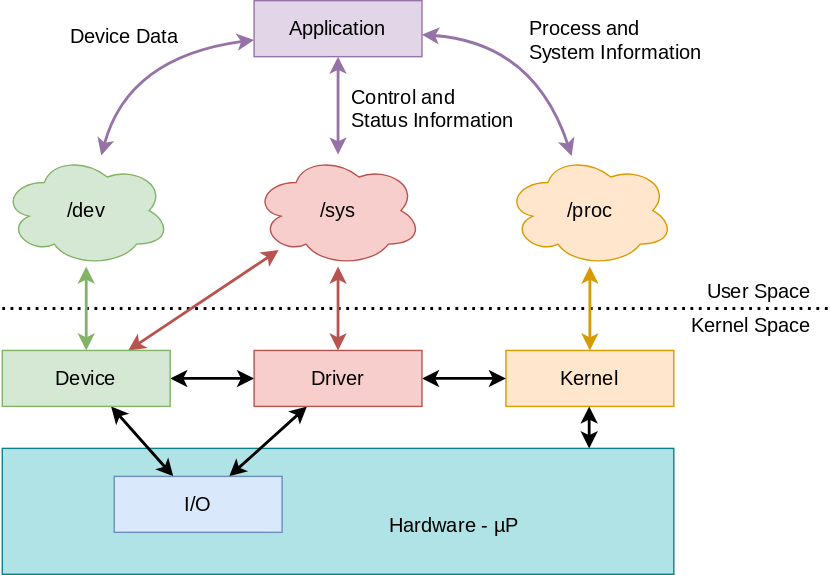
mse-csel/website keeps this draw.io diagram as docs/lecture/programmation-systeme/fichiers/img/everything-is-a-file.drawio.svg. Above is the earlier version. Source tidied: cells renumbered, new cells last; positions are measured from the earlier drawing's top-left corner, leaving out a move shared by most shapes. The source it was exported from:
```xml
<mxGraphModel>
  <root>
    <mxCell id="0" />
    <mxCell id="1" parent="0" />
    <mxCell id="2" style="rounded=0;whiteSpace=wrap;html=1;fontFamily=Roboto;fontSource=https%3A%2F%2Ffonts.googleapis.com%2Fcss%3Ffamily%3DRoboto;fontSize=14;fillColor=#b0e3e6;strokeColor=#0e8088;" parent="1" vertex="1">
      <mxGeometry y="320" width="480" height="90" as="geometry" />
    </mxCell>
    <mxCell id="3" style="endArrow=none;dashed=1;html=1;strokeWidth=2;fontFamily=Roboto;fontSource=https%3A%2F%2Ffonts.googleapis.com%2Fcss%3Ffamily%3DRoboto;fontSize=14;curved=1;dashPattern=1 2;" parent="1" edge="1">
      <mxGeometry relative="1" as="geometry">
        <mxPoint y="220" as="sourcePoint" />
        <mxPoint x="590" y="220" as="targetPoint" />
      </mxGeometry>
    </mxCell>
    <mxCell id="4" style="edgeStyle=none;html=1;fontFamily=Roboto;fontSource=https%3A%2F%2Ffonts.googleapis.com%2Fcss%3Ffamily%3DRoboto;fontSize=14;startArrow=classic;startFill=1;strokeWidth=2;fillColor=#e1d5e7;strokeColor=#9673a6;curved=1;" parent="1" edge="1" source="10" target="12">
      <mxGeometry relative="1" as="geometry">
        <Array as="points">
          <mxPoint x="90" y="40" />
        </Array>
      </mxGeometry>
    </mxCell>
    <mxCell id="5" value="Device Data" style="edgeLabel;html=1;align=right;verticalAlign=middle;fontSize=14;fontFamily=Roboto;" parent="4" vertex="1">
      <mxGeometry x="0.03" y="-1" relative="1" as="geometry">
        <mxPoint x="29" y="-13" as="offset" />
      </mxGeometry>
    </mxCell>
    <mxCell id="6" style="edgeStyle=none;html=1;fontFamily=Roboto;fontSource=https%3A%2F%2Ffonts.googleapis.com%2Fcss%3Ffamily%3DRoboto;fontSize=14;startArrow=classic;startFill=1;strokeWidth=2;fillColor=#e1d5e7;strokeColor=#9673a6;" parent="1" edge="1" source="10" target="17">
      <mxGeometry relative="1" as="geometry" />
    </mxCell>
    <mxCell id="7" value="Control and&lt;br&gt;Status Information" style="edgeLabel;html=1;align=left;verticalAlign=middle;fontSize=14;fontFamily=Roboto;" parent="6" vertex="1">
      <mxGeometry x="-0.09" y="-4" relative="1" as="geometry">
        <mxPoint x="12" y="4" as="offset" />
      </mxGeometry>
    </mxCell>
    <mxCell id="8" style="edgeStyle=none;html=1;fontFamily=Roboto;fontSource=https%3A%2F%2Ffonts.googleapis.com%2Fcss%3Ffamily%3DRoboto;fontSize=14;startArrow=classic;startFill=1;strokeWidth=2;fillColor=#e1d5e7;strokeColor=#9673a6;curved=1;" parent="1" edge="1" source="10" target="14">
      <mxGeometry relative="1" as="geometry">
        <Array as="points">
          <mxPoint x="380" y="30" />
        </Array>
      </mxGeometry>
    </mxCell>
    <mxCell id="9" value="Process and&lt;br&gt;&lt;div style=&quot;&quot;&gt;System Information&lt;/div&gt;" style="edgeLabel;html=1;align=left;verticalAlign=middle;fontSize=14;fontFamily=Roboto;" parent="8" vertex="1">
      <mxGeometry x="-0.08" y="-15" relative="1" as="geometry">
        <mxPoint y="-17" as="offset" />
      </mxGeometry>
    </mxCell>
    <mxCell id="10" value="&lt;font style=&quot;font-size: 14px;&quot; face=&quot;Roboto&quot;&gt;Application&lt;/font&gt;" style="rounded=0;whiteSpace=wrap;html=1;fillColor=#e1d5e7;strokeColor=#9673a6;" parent="1" vertex="1">
      <mxGeometry x="180" width="120" height="40" as="geometry" />
    </mxCell>
    <mxCell id="11" style="edgeStyle=none;html=1;fontFamily=Roboto;fontSource=https%3A%2F%2Ffonts.googleapis.com%2Fcss%3Ffamily%3DRoboto;fontSize=14;startArrow=classic;startFill=1;strokeWidth=2;fillColor=#d5e8d4;strokeColor=#82b366;" parent="1" edge="1" source="12" target="20">
      <mxGeometry relative="1" as="geometry" />
    </mxCell>
    <mxCell id="12" value="/dev" style="ellipse;shape=cloud;whiteSpace=wrap;html=1;fontFamily=Roboto;fontSource=https%3A%2F%2Ffonts.googleapis.com%2Fcss%3Ffamily%3DRoboto;fontSize=14;fillColor=#d5e8d4;strokeColor=#82b366;" parent="1" vertex="1">
      <mxGeometry y="110" width="120" height="80" as="geometry" />
    </mxCell>
    <mxCell id="13" style="edgeStyle=none;html=1;fontFamily=Roboto;fontSource=https%3A%2F%2Ffonts.googleapis.com%2Fcss%3Ffamily%3DRoboto;fontSize=14;startArrow=classic;startFill=1;strokeWidth=2;fillColor=#ffe6cc;strokeColor=#d79b00;" parent="1" edge="1" source="14" target="21">
      <mxGeometry relative="1" as="geometry" />
    </mxCell>
    <mxCell id="14" value="/proc" style="ellipse;shape=cloud;whiteSpace=wrap;html=1;fontFamily=Roboto;fontSource=https%3A%2F%2Ffonts.googleapis.com%2Fcss%3Ffamily%3DRoboto;fontSize=14;fillColor=#ffe6cc;strokeColor=#d79b00;" parent="1" vertex="1">
      <mxGeometry x="360" y="110" width="120" height="80" as="geometry" />
    </mxCell>
    <mxCell id="15" style="edgeStyle=none;html=1;fontFamily=Roboto;fontSource=https%3A%2F%2Ffonts.googleapis.com%2Fcss%3Ffamily%3DRoboto;fontSize=14;startArrow=classic;startFill=1;strokeWidth=2;fillColor=#f8cecc;strokeColor=#b85450;" parent="1" edge="1" source="17" target="24">
      <mxGeometry relative="1" as="geometry" />
    </mxCell>
    <mxCell id="16" style="edgeStyle=none;html=1;fontFamily=Roboto;fontSource=https%3A%2F%2Ffonts.googleapis.com%2Fcss%3Ffamily%3DRoboto;fontSize=14;startArrow=classic;startFill=1;strokeWidth=2;fillColor=#f8cecc;strokeColor=#b85450;" parent="1" edge="1" source="17" target="20">
      <mxGeometry relative="1" as="geometry" />
    </mxCell>
    <mxCell id="17" value="/sys" style="ellipse;shape=cloud;whiteSpace=wrap;html=1;fontFamily=Roboto;fontSource=https%3A%2F%2Ffonts.googleapis.com%2Fcss%3Ffamily%3DRoboto;fontSize=14;fillColor=#f8cecc;strokeColor=#b85450;" parent="1" vertex="1">
      <mxGeometry x="180" y="110" width="120" height="80" as="geometry" />
    </mxCell>
    <mxCell id="18" style="edgeStyle=none;html=1;fontFamily=Roboto;fontSource=https%3A%2F%2Ffonts.googleapis.com%2Fcss%3Ffamily%3DRoboto;fontSize=14;startArrow=classic;startFill=1;strokeWidth=2;" parent="1" edge="1" source="20" target="25">
      <mxGeometry relative="1" as="geometry" />
    </mxCell>
    <mxCell id="19" style="edgeStyle=none;html=1;strokeWidth=2;fontFamily=Roboto;fontSource=https%3A%2F%2Ffonts.googleapis.com%2Fcss%3Ffamily%3DRoboto;fontSize=14;startArrow=classic;startFill=1;" parent="1" edge="1" source="20" target="24">
      <mxGeometry relative="1" as="geometry" />
    </mxCell>
    <mxCell id="20" value="Device" style="rounded=0;whiteSpace=wrap;html=1;fontFamily=Roboto;fontSource=https%3A%2F%2Ffonts.googleapis.com%2Fcss%3Ffamily%3DRoboto;fontSize=14;fillColor=#d5e8d4;strokeColor=#82b366;" parent="1" vertex="1">
      <mxGeometry y="250" width="120" height="40" as="geometry" />
    </mxCell>
    <mxCell id="21" value="Kernel" style="rounded=0;whiteSpace=wrap;html=1;fontFamily=Roboto;fontSource=https%3A%2F%2Ffonts.googleapis.com%2Fcss%3Ffamily%3DRoboto;fontSize=14;fillColor=#ffe6cc;strokeColor=#d79b00;" parent="1" vertex="1">
      <mxGeometry x="360" y="250" width="120" height="40" as="geometry" />
    </mxCell>
    <mxCell id="22" style="edgeStyle=none;html=1;fontFamily=Roboto;fontSource=https%3A%2F%2Ffonts.googleapis.com%2Fcss%3Ffamily%3DRoboto;fontSize=14;startArrow=classic;startFill=1;strokeWidth=2;" parent="1" edge="1" source="24" target="25">
      <mxGeometry relative="1" as="geometry" />
    </mxCell>
    <mxCell id="23" style="edgeStyle=none;html=1;strokeWidth=2;fontFamily=Roboto;fontSource=https%3A%2F%2Ffonts.googleapis.com%2Fcss%3Ffamily%3DRoboto;fontSize=14;startArrow=classic;startFill=1;" parent="1" edge="1" source="24" target="21">
      <mxGeometry relative="1" as="geometry" />
    </mxCell>
    <mxCell id="24" value="Driver" style="rounded=0;whiteSpace=wrap;html=1;fontFamily=Roboto;fontSource=https%3A%2F%2Ffonts.googleapis.com%2Fcss%3Ffamily%3DRoboto;fontSize=14;fillColor=#f8cecc;strokeColor=#b85450;" parent="1" vertex="1">
      <mxGeometry x="180" y="250" width="120" height="40" as="geometry" />
    </mxCell>
    <mxCell id="25" value="I/O" style="rounded=0;whiteSpace=wrap;html=1;fontFamily=Roboto;fontSource=https%3A%2F%2Ffonts.googleapis.com%2Fcss%3Ffamily%3DRoboto;fontSize=14;fillColor=#dae8fc;strokeColor=#6c8ebf;" parent="1" vertex="1">
      <mxGeometry x="80" y="340" width="120" height="40" as="geometry" />
    </mxCell>
    <mxCell id="26" value="User Space" style="text;html=1;strokeColor=none;fillColor=none;align=right;verticalAlign=middle;whiteSpace=wrap;rounded=0;fontFamily=Roboto;fontSource=https%3A%2F%2Ffonts.googleapis.com%2Fcss%3Ffamily%3DRoboto;fontSize=14;" parent="1" vertex="1">
      <mxGeometry x="470" y="198" width="110" height="20" as="geometry" />
    </mxCell>
    <mxCell id="27" value="Kernel Space" style="text;html=1;strokeColor=none;fillColor=none;align=right;verticalAlign=middle;whiteSpace=wrap;rounded=0;fontFamily=Roboto;fontSource=https%3A%2F%2Ffonts.googleapis.com%2Fcss%3Ffamily%3DRoboto;fontSize=14;" parent="1" vertex="1">
      <mxGeometry x="470" y="222" width="110" height="20" as="geometry" />
    </mxCell>
    <mxCell id="28" value="Hardware - µP" style="text;html=1;strokeColor=none;fillColor=none;align=center;verticalAlign=middle;whiteSpace=wrap;rounded=0;fontFamily=Roboto;fontSource=https%3A%2F%2Ffonts.googleapis.com%2Fcss%3Ffamily%3DRoboto;fontSize=14;" parent="1" vertex="1">
      <mxGeometry x="250" y="360" width="146" height="30" as="geometry" />
    </mxCell>
    <mxCell id="29" style="endArrow=classic;startArrow=classic;html=1;strokeWidth=2;" parent="1" edge="1">
      <mxGeometry relative="1" as="geometry">
        <mxPoint x="419.5" y="320" as="sourcePoint" />
        <mxPoint x="419.5" y="290" as="targetPoint" />
      </mxGeometry>
    </mxCell>
  </root>
</mxGraphModel>
```
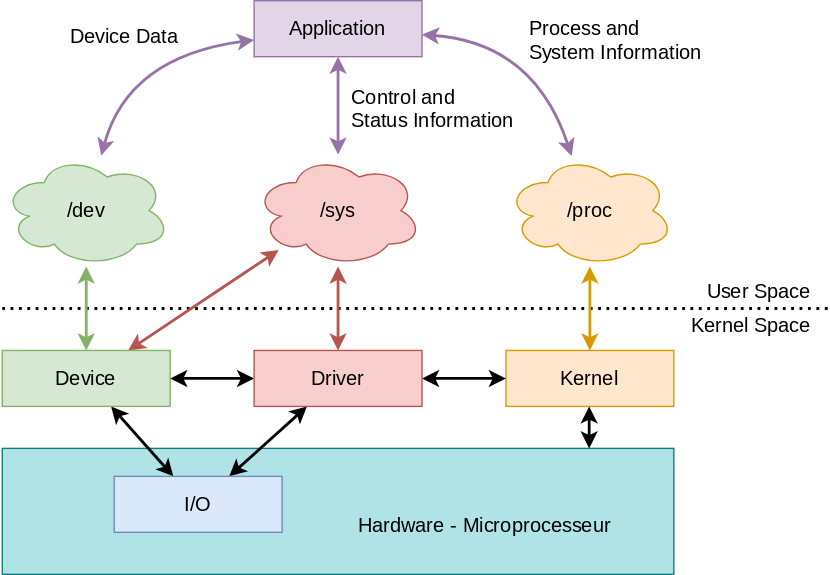
After the commit.

Diff of the diagram source:
```diff
@@ -97,8 +97,8 @@
     <mxCell id="27" value="Kernel Space" style="text;html=1;strokeColor=none;fillColor=none;align=right;verticalAlign=middle;whiteSpace=wrap;rounded=0;fontFamily=Roboto;fontSource=https%3A%2F%2Ffonts.googleapis.com%2Fcss%3Ffamily%3DRoboto;fontSize=14;" parent="1" vertex="1">
       <mxGeometry x="470" y="222" width="110" height="20" as="geometry" />
     </mxCell>
-    <mxCell id="28" value="Hardware - µP" style="text;html=1;strokeColor=none;fillColor=none;align=center;verticalAlign=middle;whiteSpace=wrap;rounded=0;fontFamily=Roboto;fontSource=https%3A%2F%2Ffonts.googleapis.com%2Fcss%3Ffamily%3DRoboto;fontSize=14;" parent="1" vertex="1">
-      <mxGeometry x="250" y="360" width="146" height="30" as="geometry" />
+    <mxCell id="28" value="Hardware - Microprocesseur" style="text;html=1;strokeColor=none;fillColor=none;align=center;verticalAlign=middle;whiteSpace=wrap;rounded=0;fontFamily=Roboto;fontSource=https%3A%2F%2Ffonts.googleapis.com%2Fcss%3Ffamily%3DRoboto;fontSize=14;" parent="1" vertex="1">
+      <mxGeometry x="250" y="360" width="190" height="30" as="geometry" />
     </mxCell>
     <mxCell id="29" style="endArrow=classic;startArrow=classic;html=1;strokeWidth=2;" parent="1" edge="1">
       <mxGeometry relative="1" as="geometry">
```
